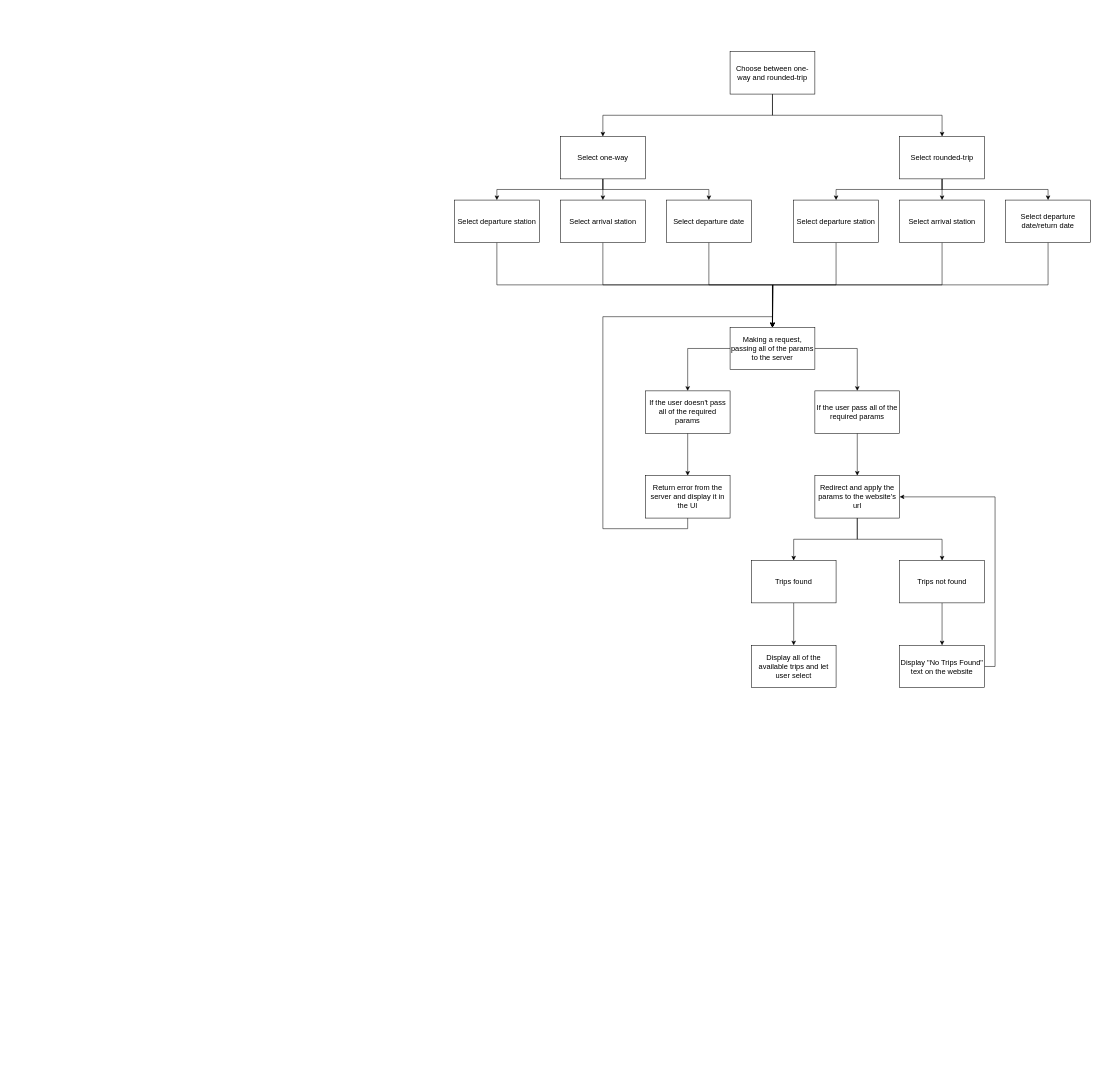
Above: TrainSearchFlowChart.drawio in TranDangKhoi/railway-reservation-server (draw.io), before the change. Source tidied: cells renumbered, new cells numbered last; positions are measured from the earlier drawing's top-left corner, leaving out a move shared by most shapes. Both pictures are drawn from the tidied source at 53%, with x=0, y=0 at pixel (454, 51).
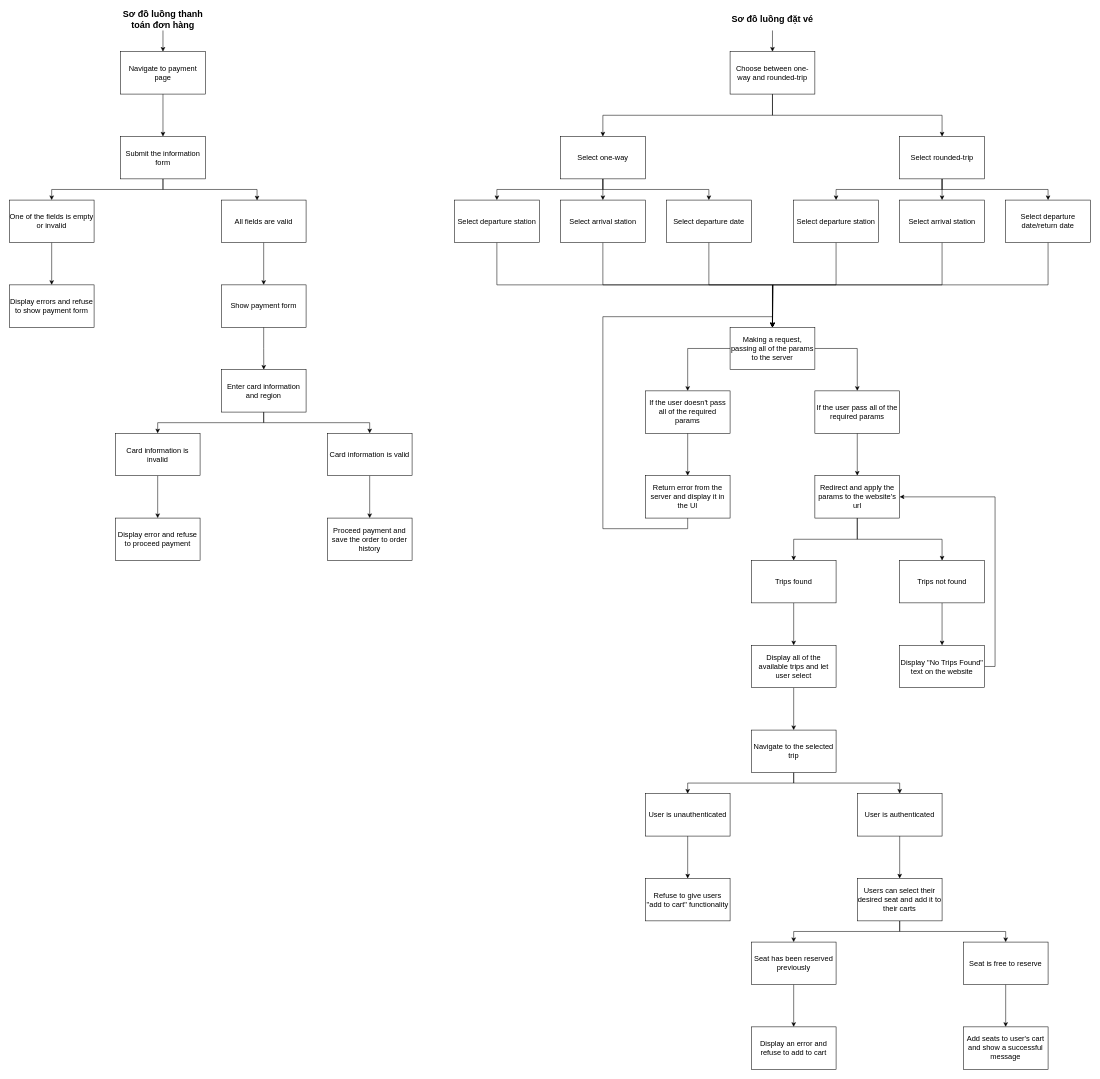
The same diagram, later.

Commit message:
Cập nhật TrainSearchFlowChart.drawio

Unchanged cells that the change refers to:
```xml
<mxCell id="20" value="Display all of the available trips and let user select" style="rounded=0;whiteSpace=wrap;html=1;fontSize=14;" parent="1" vertex="1">
  <mxGeometry x="560" y="1120" width="160" height="80" as="geometry" />
</mxCell>
<mxCell id="23" value="Choose between one-way and rounded-trip" style="rounded=0;whiteSpace=wrap;html=1;fontSize=14;" parent="1" vertex="1">
  <mxGeometry x="520" width="160" height="80" as="geometry" />
</mxCell>
```

The edit, as a diff of the source:
```diff
@@
+    <mxCell id="44" style="edgeStyle=orthogonalEdgeStyle;rounded=0;jettySize=auto;html=1;exitX=0.5;exitY=1;exitDx=0;exitDy=0;entryX=0.5;entryY=0;entryDx=0;entryDy=0;" parent="1" edge="1" source="20" target="47">
+      <mxGeometry relative="1" as="geometry" />
+    </mxCell>
@@
+    <mxCell id="45" style="edgeStyle=orthogonalEdgeStyle;rounded=0;jettySize=auto;html=1;exitX=0.5;exitY=1;exitDx=0;exitDy=0;entryX=0.5;entryY=0;entryDx=0;entryDy=0;" parent="1" edge="1" source="47" target="49">
+      <mxGeometry relative="1" as="geometry" />
+    </mxCell>
+    <mxCell id="46" style="edgeStyle=orthogonalEdgeStyle;rounded=0;jettySize=auto;html=1;exitX=0.5;exitY=1;exitDx=0;exitDy=0;entryX=0.5;entryY=0;entryDx=0;entryDy=0;" parent="1" edge="1" source="47" target="51">
+      <mxGeometry relative="1" as="geometry" />
+    </mxCell>
+    <mxCell id="47" value="Navigate to the selected trip" style="rounded=0;whiteSpace=wrap;html=1;fontSize=14;" parent="1" vertex="1">
+      <mxGeometry x="560" y="1280" width="160" height="80" as="geometry" />
+    </mxCell>
+    <mxCell id="48" style="edgeStyle=orthogonalEdgeStyle;rounded=0;jettySize=auto;html=1;exitX=0.5;exitY=1;exitDx=0;exitDy=0;entryX=0.5;entryY=0;entryDx=0;entryDy=0;" parent="1" edge="1" source="49" target="52">
+      <mxGeometry relative="1" as="geometry" />
+    </mxCell>
+    <mxCell id="49" value="User is unauthenticated" style="rounded=0;whiteSpace=wrap;html=1;fontSize=14;" parent="1" vertex="1">
+      <mxGeometry x="360" y="1400" width="160" height="80" as="geometry" />
+    </mxCell>
+    <mxCell id="50" style="edgeStyle=orthogonalEdgeStyle;rounded=0;jettySize=auto;html=1;exitX=0.5;exitY=1;exitDx=0;exitDy=0;entryX=0.5;entryY=0;entryDx=0;entryDy=0;" parent="1" edge="1" source="51" target="55">
+      <mxGeometry relative="1" as="geometry" />
+    </mxCell>
+    <mxCell id="51" value="User is authenticated" style="rounded=0;whiteSpace=wrap;html=1;fontSize=14;" parent="1" vertex="1">
+      <mxGeometry x="760" y="1400" width="160" height="80" as="geometry" />
+    </mxCell>
+    <mxCell id="52" value="Refuse to give users &quot;add to cart&quot; functionality" style="rounded=0;whiteSpace=wrap;html=1;fontSize=14;" parent="1" vertex="1">
+      <mxGeometry x="360" y="1560" width="160" height="80" as="geometry" />
+    </mxCell>
+    <mxCell id="53" style="edgeStyle=orthogonalEdgeStyle;rounded=0;jettySize=auto;html=1;exitX=0.5;exitY=1;exitDx=0;exitDy=0;entryX=0.5;entryY=0;entryDx=0;entryDy=0;" parent="1" edge="1" source="55" target="57">
+      <mxGeometry relative="1" as="geometry" />
+    </mxCell>
+    <mxCell id="54" style="edgeStyle=orthogonalEdgeStyle;rounded=0;jettySize=auto;html=1;exitX=0.5;exitY=1;exitDx=0;exitDy=0;entryX=0.5;entryY=0;entryDx=0;entryDy=0;" parent="1" edge="1" source="55" target="59">
+      <mxGeometry relative="1" as="geometry" />
+    </mxCell>
+    <mxCell id="55" value="Users can select their desired seat and add it to their carts" style="rounded=0;whiteSpace=wrap;html=1;fontSize=14;" parent="1" vertex="1">
+      <mxGeometry x="760" y="1560" width="160" height="80" as="geometry" />
+    </mxCell>
+    <mxCell id="56" style="edgeStyle=orthogonalEdgeStyle;rounded=0;jettySize=auto;html=1;exitX=0.5;exitY=1;exitDx=0;exitDy=0;entryX=0.5;entryY=0;entryDx=0;entryDy=0;" parent="1" edge="1" source="57" target="60">
+      <mxGeometry relative="1" as="geometry" />
+    </mxCell>
+    <mxCell id="57" value="Seat has been reserved previously" style="rounded=0;whiteSpace=wrap;html=1;fontSize=14;" parent="1" vertex="1">
+      <mxGeometry x="560" y="1680" width="160" height="80" as="geometry" />
+    </mxCell>
+    <mxCell id="58" style="edgeStyle=orthogonalEdgeStyle;rounded=0;jettySize=auto;html=1;exitX=0.5;exitY=1;exitDx=0;exitDy=0;entryX=0.5;entryY=0;entryDx=0;entryDy=0;" parent="1" edge="1" source="59" target="61">
+      <mxGeometry relative="1" as="geometry" />
+    </mxCell>
+    <mxCell id="59" value="Seat is free to reserve" style="rounded=0;whiteSpace=wrap;html=1;fontSize=14;" parent="1" vertex="1">
+      <mxGeometry x="960" y="1680" width="160" height="80" as="geometry" />
+    </mxCell>
+    <mxCell id="60" value="Display an error and refuse to add to cart" style="rounded=0;whiteSpace=wrap;html=1;fontSize=14;" parent="1" vertex="1">
+      <mxGeometry x="560" y="1840" width="160" height="80" as="geometry" />
+    </mxCell>
+    <mxCell id="61" value="Add seats to user's cart and show a successful message" style="rounded=0;whiteSpace=wrap;html=1;fontSize=14;" parent="1" vertex="1">
+      <mxGeometry x="960" y="1840" width="160" height="80" as="geometry" />
+    </mxCell>
+    <mxCell id="62" style="edgeStyle=orthogonalEdgeStyle;rounded=0;jettySize=auto;html=1;exitX=0.5;exitY=1;exitDx=0;exitDy=0;entryX=0.5;entryY=0;entryDx=0;entryDy=0;" parent="1" edge="1" source="63" target="23">
+      <mxGeometry relative="1" as="geometry" />
+    </mxCell>
+    <mxCell id="63" value="Sơ đồ luồng đặt vé" style="text;html=1;strokeColor=none;fillColor=none;align=center;verticalAlign=middle;whiteSpace=wrap;rounded=0;fontSize=17;fontStyle=1;" parent="1" vertex="1">
+      <mxGeometry x="520" y="-80" width="160" height="40" as="geometry" />
+    </mxCell>
+    <mxCell id="64" style="edgeStyle=orthogonalEdgeStyle;rounded=0;jettySize=auto;html=1;exitX=0.5;exitY=1;exitDx=0;exitDy=0;entryX=0.5;entryY=0;entryDx=0;entryDy=0;" parent="1" edge="1" source="65" target="67">
+      <mxGeometry relative="1" as="geometry" />
+    </mxCell>
+    <mxCell id="65" value="Sơ đồ luồng thanh toán đơn hàng" style="text;html=1;strokeColor=none;fillColor=none;align=center;verticalAlign=middle;whiteSpace=wrap;rounded=0;fontSize=17;fontStyle=1;" parent="1" vertex="1">
+      <mxGeometry x="-630" y="-80" width="160" height="40" as="geometry" />
+    </mxCell>
+    <mxCell id="66" style="edgeStyle=orthogonalEdgeStyle;rounded=0;jettySize=auto;html=1;exitX=0.5;exitY=1;exitDx=0;exitDy=0;entryX=0.5;entryY=0;entryDx=0;entryDy=0;" parent="1" edge="1" source="67" target="70">
+      <mxGeometry relative="1" as="geometry" />
+    </mxCell>
+    <mxCell id="67" value="Navigate to payment page" style="rounded=0;whiteSpace=wrap;html=1;fontSize=14;" parent="1" vertex="1">
+      <mxGeometry x="-630" width="160" height="80" as="geometry" />
+    </mxCell>
+    <mxCell id="68" style="edgeStyle=orthogonalEdgeStyle;rounded=0;jettySize=auto;html=1;exitX=0.5;exitY=1;exitDx=0;exitDy=0;entryX=0.5;entryY=0;entryDx=0;entryDy=0;" parent="1" edge="1" source="70" target="72">
+      <mxGeometry relative="1" as="geometry" />
+    </mxCell>
+    <mxCell id="69" style="edgeStyle=orthogonalEdgeStyle;rounded=0;jettySize=auto;html=1;exitX=0.5;exitY=1;exitDx=0;exitDy=0;entryX=0.422;entryY=0.007;entryDx=0;entryDy=0;entryPerimeter=0;" parent="1" edge="1" source="70" target="74">
+      <mxGeometry relative="1" as="geometry" />
+    </mxCell>
+    <mxCell id="70" value="Submit the information form" style="rounded=0;whiteSpace=wrap;html=1;fontSize=14;" parent="1" vertex="1">
+      <mxGeometry x="-630" y="160" width="160" height="80" as="geometry" />
+    </mxCell>
+    <mxCell id="71" style="edgeStyle=orthogonalEdgeStyle;rounded=0;jettySize=auto;html=1;exitX=0.5;exitY=1;exitDx=0;exitDy=0;entryX=0.5;entryY=0;entryDx=0;entryDy=0;" parent="1" edge="1" source="72" target="75">
+      <mxGeometry relative="1" as="geometry" />
+    </mxCell>
+    <mxCell id="72" value="One of the fields is empty or invalid" style="rounded=0;whiteSpace=wrap;html=1;fontSize=14;" parent="1" vertex="1">
+      <mxGeometry x="-840" y="280" width="160" height="80" as="geometry" />
+    </mxCell>
+    <mxCell id="73" style="edgeStyle=orthogonalEdgeStyle;rounded=0;jettySize=auto;html=1;exitX=0.5;exitY=1;exitDx=0;exitDy=0;entryX=0.5;entryY=0;entryDx=0;entryDy=0;" parent="1" edge="1" source="74" target="77">
+      <mxGeometry relative="1" as="geometry" />
+    </mxCell>
+    <mxCell id="74" value="All fields are valid" style="rounded=0;whiteSpace=wrap;html=1;fontSize=14;" parent="1" vertex="1">
+      <mxGeometry x="-440" y="280" width="160" height="80" as="geometry" />
+    </mxCell>
+    <mxCell id="75" value="Display errors and refuse to show payment form" style="rounded=0;whiteSpace=wrap;html=1;fontSize=14;" parent="1" vertex="1">
+      <mxGeometry x="-840" y="440" width="160" height="80" as="geometry" />
+    </mxCell>
+    <mxCell id="76" style="edgeStyle=orthogonalEdgeStyle;rounded=0;jettySize=auto;html=1;exitX=0.5;exitY=1;exitDx=0;exitDy=0;" parent="1" edge="1" source="77">
+      <mxGeometry relative="1" as="geometry">
+        <mxPoint x="-359.8" y="600" as="targetPoint" />
+      </mxGeometry>
+    </mxCell>
+    <mxCell id="77" value="Show payment form" style="rounded=0;whiteSpace=wrap;html=1;fontSize=14;" parent="1" vertex="1">
+      <mxGeometry x="-440" y="440" width="160" height="80" as="geometry" />
+    </mxCell>
+    <mxCell id="78" style="edgeStyle=orthogonalEdgeStyle;rounded=0;jettySize=auto;html=1;exitX=0.5;exitY=1;exitDx=0;exitDy=0;entryX=0.5;entryY=0;entryDx=0;entryDy=0;" parent="1" edge="1" source="80" target="82">
+      <mxGeometry relative="1" as="geometry" />
+    </mxCell>
+    <mxCell id="79" style="edgeStyle=orthogonalEdgeStyle;rounded=0;jettySize=auto;html=1;exitX=0.5;exitY=1;exitDx=0;exitDy=0;entryX=0.5;entryY=0;entryDx=0;entryDy=0;" parent="1" edge="1" source="80" target="84">
+      <mxGeometry relative="1" as="geometry" />
+    </mxCell>
+    <mxCell id="80" value="Enter card information and region" style="rounded=0;whiteSpace=wrap;html=1;fontSize=14;" parent="1" vertex="1">
+      <mxGeometry x="-440" y="600" width="160" height="80" as="geometry" />
+    </mxCell>
+    <mxCell id="81" style="edgeStyle=orthogonalEdgeStyle;rounded=0;jettySize=auto;html=1;exitX=0.5;exitY=1;exitDx=0;exitDy=0;entryX=0.5;entryY=0;entryDx=0;entryDy=0;" parent="1" edge="1" source="82" target="86">
+      <mxGeometry relative="1" as="geometry" />
+    </mxCell>
+    <mxCell id="82" value="Card information is invalid" style="rounded=0;whiteSpace=wrap;html=1;fontSize=14;" parent="1" vertex="1">
+      <mxGeometry x="-640" y="720" width="160" height="80" as="geometry" />
+    </mxCell>
+    <mxCell id="83" style="edgeStyle=orthogonalEdgeStyle;rounded=0;jettySize=auto;html=1;" parent="1" edge="1" source="84" target="85">
+      <mxGeometry relative="1" as="geometry" />
+    </mxCell>
+    <mxCell id="84" value="Card information is valid" style="rounded=0;whiteSpace=wrap;html=1;fontSize=14;" parent="1" vertex="1">
+      <mxGeometry x="-240" y="720" width="160" height="80" as="geometry" />
+    </mxCell>
+    <mxCell id="85" value="Proceed payment and save the order to order history" style="rounded=0;whiteSpace=wrap;html=1;fontSize=14;" parent="1" vertex="1">
+      <mxGeometry x="-240" y="880" width="160" height="80" as="geometry" />
+    </mxCell>
+    <mxCell id="86" value="Display error and refuse to proceed payment" style="rounded=0;whiteSpace=wrap;html=1;fontSize=14;" parent="1" vertex="1">
+      <mxGeometry x="-640" y="880" width="160" height="80" as="geometry" />
+    </mxCell>
```
